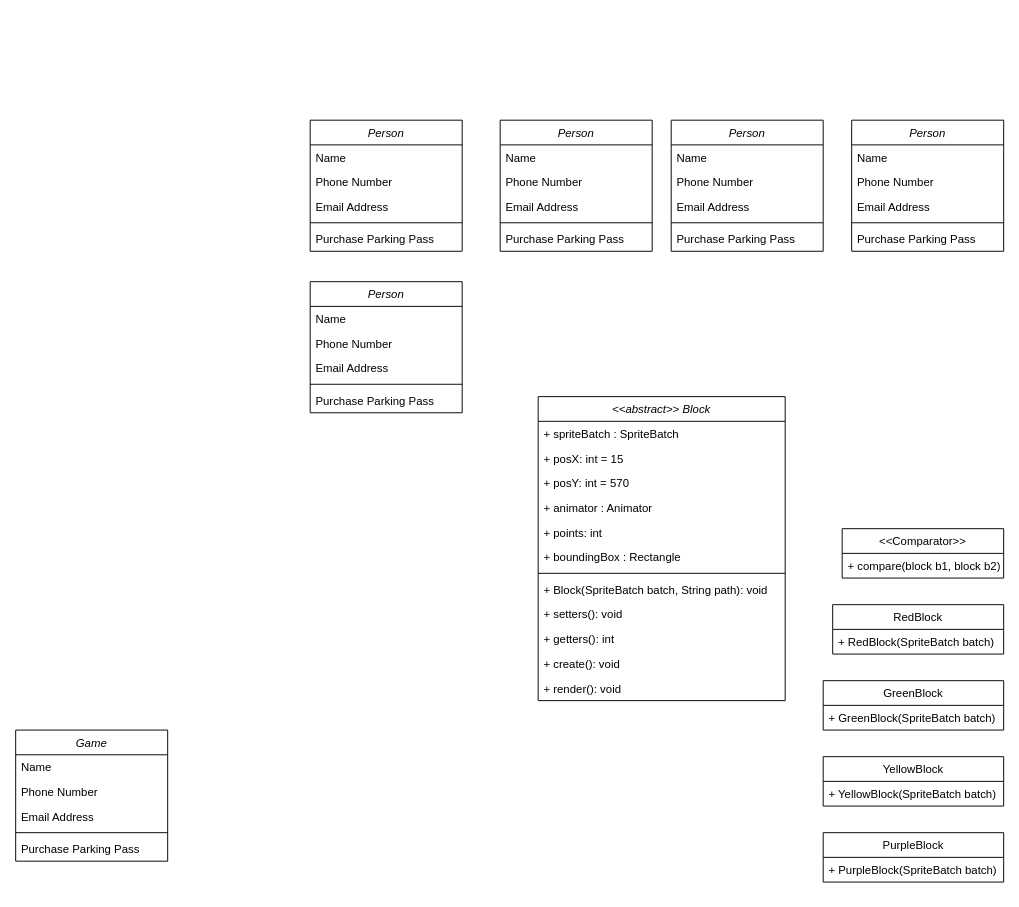
Earlier version of the draw.io diagram Untitled Diagram.drawio (VictorPVRodriguez/APIRickandMorty). Source tidied: cells renumbered, new cells numbered last; positions are measured from the earlier drawing's top-left corner, leaving out a move shared by most shapes. Both pictures are drawn from the tidied source at 95%, with x=0, y=0 at pixel (15, 120).
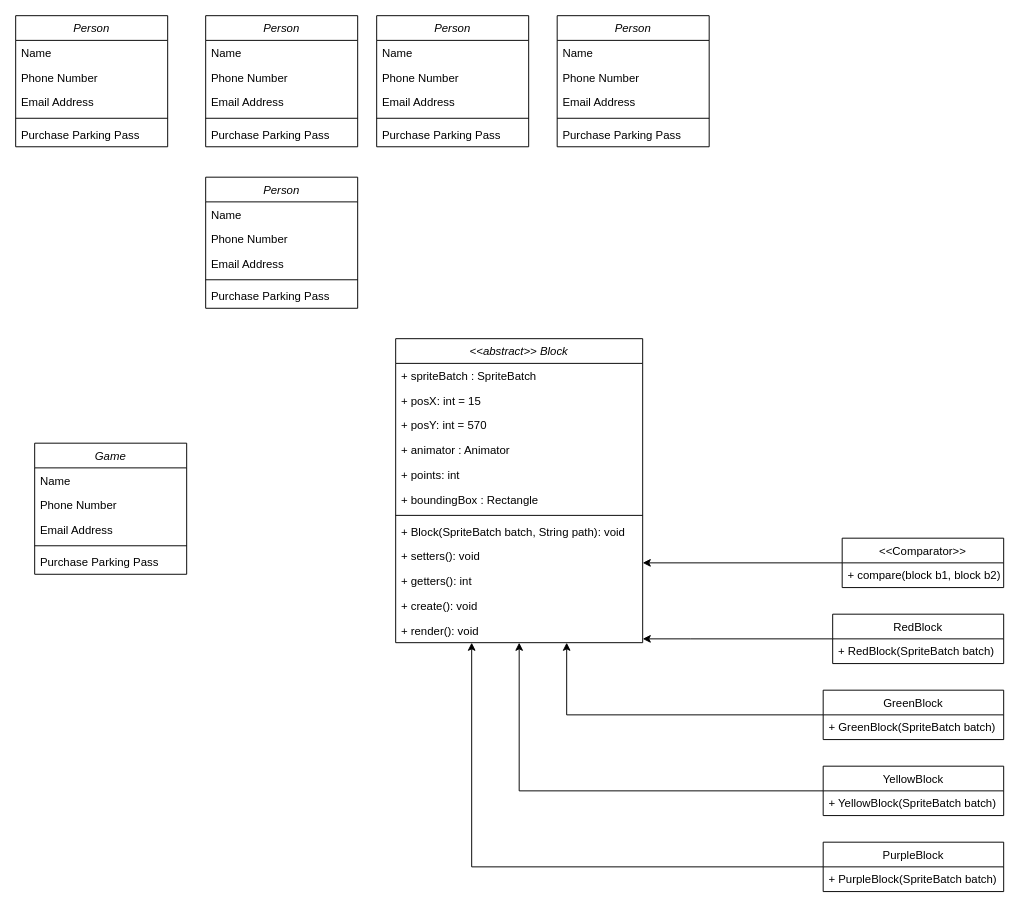
The same page after the edit.

Unchanged cells that the change refers to:
```xml
<mxCell id="52" value="+ render(): void" style="text;align=left;verticalAlign=top;spacingLeft=4;spacingRight=4;overflow=hidden;points=[[0,0.5],[1,0.5]];portConstraint=eastwest;" parent="40" vertex="1">
  <mxGeometry y="294" width="260" height="26" as="geometry" />
</mxCell>
```

Diff of the diagram source:
```diff
@@
     <mxCell id="2" value="Game" style="swimlane;fontStyle=2;align=center;verticalAlign=top;horizontal=1;startSize=26;rounded=0;shadow=0;strokeWidth=1;" parent="1" vertex="1">
-      <mxGeometry y="642" width="160" height="138" as="geometry" />
+      <mxGeometry x="20" y="340" width="160" height="138" as="geometry" />
     </mxCell>
@@
+    <mxCell id="61" style="edgeStyle=orthogonalEdgeStyle;rounded=0;jettySize=auto;html=1;exitX=0;exitY=0.5;exitDx=0;exitDy=0;" parent="1" edge="1" source="8" target="52">
+      <mxGeometry relative="1" as="geometry">
+        <Array as="points">
+          <mxPoint x="580" y="626" />
+        </Array>
+      </mxGeometry>
+    </mxCell>
     <mxCell id="8" value="GreenBlock" style="swimlane;fontStyle=0;align=center;verticalAlign=top;horizontal=1;startSize=26;rounded=0;shadow=0;strokeWidth=1;" parent="1" vertex="1">
-      <mxGeometry x="850" y="590" width="190" height="52" as="geometry" />
+      <mxGeometry x="850" y="600" width="190" height="52" as="geometry" />
     </mxCell>
@@
     <mxCell id="10" value="Person" style="swimlane;fontStyle=2;align=center;verticalAlign=top;horizontal=1;startSize=26;rounded=0;shadow=0;strokeWidth=1;" parent="1" vertex="1">
-      <mxGeometry x="310" width="160" height="138" as="geometry" />
+      <mxGeometry y="-110" width="160" height="138" as="geometry" />
     </mxCell>
@@
     <mxCell id="16" value="Person" style="swimlane;fontStyle=2;align=center;verticalAlign=top;horizontal=1;startSize=26;rounded=0;shadow=0;strokeWidth=1;" parent="1" vertex="1">
-      <mxGeometry x="510" width="160" height="138" as="geometry" />
+      <mxGeometry x="200" y="-110" width="160" height="138" as="geometry" />
     </mxCell>
@@
     <mxCell id="22" value="Person" style="swimlane;fontStyle=2;align=center;verticalAlign=top;horizontal=1;startSize=26;rounded=0;shadow=0;strokeWidth=1;" parent="1" vertex="1">
-      <mxGeometry x="690" width="160" height="138" as="geometry" />
+      <mxGeometry x="380" y="-110" width="160" height="138" as="geometry" />
     </mxCell>
@@
     <mxCell id="28" value="Person" style="swimlane;fontStyle=2;align=center;verticalAlign=top;horizontal=1;startSize=26;rounded=0;shadow=0;strokeWidth=1;" parent="1" vertex="1">
-      <mxGeometry x="880" width="160" height="138" as="geometry" />
+      <mxGeometry x="570" y="-110" width="160" height="138" as="geometry" />
     </mxCell>
@@
     <mxCell id="34" value="Person" style="swimlane;fontStyle=2;align=center;verticalAlign=top;horizontal=1;startSize=26;rounded=0;shadow=0;strokeWidth=1;" parent="1" vertex="1">
-      <mxGeometry x="310" y="170" width="160" height="138" as="geometry" />
+      <mxGeometry x="200" y="60" width="160" height="138" as="geometry" />
     </mxCell>
@@
     <mxCell id="40" value="&lt;&lt;abstract&gt;&gt; Block" style="swimlane;fontStyle=2;align=center;verticalAlign=top;horizontal=1;startSize=26;rounded=0;shadow=0;strokeWidth=1;" parent="1" vertex="1">
-      <mxGeometry x="550" y="291" width="260" height="320" as="geometry" />
+      <mxGeometry x="400" y="230" width="260" height="320" as="geometry" />
     </mxCell>
@@
+    <mxCell id="62" style="edgeStyle=orthogonalEdgeStyle;rounded=0;jettySize=auto;html=1;exitX=0;exitY=0.5;exitDx=0;exitDy=0;" parent="1" edge="1" source="53" target="52">
+      <mxGeometry relative="1" as="geometry">
+        <Array as="points">
+          <mxPoint x="710" y="546" />
+          <mxPoint x="710" y="546" />
+        </Array>
+      </mxGeometry>
+    </mxCell>
     <mxCell id="53" value="RedBlock" style="swimlane;fontStyle=0;align=center;verticalAlign=top;horizontal=1;startSize=26;rounded=0;shadow=0;strokeWidth=1;" parent="1" vertex="1">
-      <mxGeometry x="860" y="510" width="180" height="52" as="geometry" />
+      <mxGeometry x="860" y="520" width="180" height="52" as="geometry" />
     </mxCell>
@@
+    <mxCell id="63" style="edgeStyle=orthogonalEdgeStyle;rounded=0;jettySize=auto;html=1;exitX=0;exitY=0.5;exitDx=0;exitDy=0;" parent="1" edge="1" source="55" target="52">
+      <mxGeometry relative="1" as="geometry">
+        <Array as="points">
+          <mxPoint x="480" y="786" />
+        </Array>
+      </mxGeometry>
+    </mxCell>
     <mxCell id="55" value="PurpleBlock" style="swimlane;fontStyle=0;align=center;verticalAlign=top;horizontal=1;startSize=26;rounded=0;shadow=0;strokeWidth=1;" parent="1" vertex="1">
-      <mxGeometry x="850" y="750" width="190" height="52" as="geometry" />
+      <mxGeometry x="850" y="760" width="190" height="52" as="geometry" />
     </mxCell>
@@
+    <mxCell id="64" style="edgeStyle=orthogonalEdgeStyle;rounded=0;jettySize=auto;html=1;exitX=0;exitY=0.5;exitDx=0;exitDy=0;" parent="1" edge="1" source="57" target="52">
+      <mxGeometry relative="1" as="geometry">
+        <Array as="points">
+          <mxPoint x="530" y="706" />
+        </Array>
+      </mxGeometry>
+    </mxCell>
     <mxCell id="57" value="YellowBlock" style="swimlane;fontStyle=0;align=center;verticalAlign=top;horizontal=1;startSize=26;rounded=0;shadow=0;strokeWidth=1;" parent="1" vertex="1">
-      <mxGeometry x="850" y="670" width="190" height="52" as="geometry" />
+      <mxGeometry x="850" y="680" width="190" height="52" as="geometry" />
     </mxCell>
@@
+    <mxCell id="65" style="edgeStyle=orthogonalEdgeStyle;rounded=0;jettySize=auto;html=1;exitX=0;exitY=0.5;exitDx=0;exitDy=0;" parent="1" edge="1" source="59">
+      <mxGeometry relative="1" as="geometry">
+        <mxPoint x="660" y="466" as="targetPoint" />
+        <Array as="points">
+          <mxPoint x="660" y="466" />
+        </Array>
+      </mxGeometry>
+    </mxCell>
     <mxCell id="59" value="&lt;&lt;Comparator&gt;&gt;" style="swimlane;fontStyle=0;align=center;verticalAlign=top;horizontal=1;startSize=26;rounded=0;shadow=0;strokeWidth=1;" parent="1" vertex="1">
-      <mxGeometry x="870" y="430" width="170" height="52" as="geometry" />
+      <mxGeometry x="870" y="440" width="170" height="52" as="geometry" />
     </mxCell>
```
